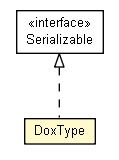
This is doxdb-core/apidocs/net/trajano/doxdb/schema/DoxType.png from trajano/doxdb, a Graphviz export, as it was before one commit. Its source is kept beside it as doxdb-core/apidocs/net/trajano/doxdb/schema/DoxType.dot.
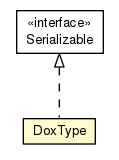
The same diagram one commit later.

The edit, as a diff of the source:
```diff
@@ -1,19 +1,19 @@
 
 digraph G {
-	edge [fontname="arial",fontsize=10,labelfontname="arial",labelfontsize=10];
-	node [fontname="arial",fontsize=10,shape=plaintext];
+	edge [fontname="Helvetica",fontsize=10,labelfontname="Helvetica",labelfontsize=10];
+	node [fontname="Helvetica",fontsize=10,shape=plaintext];
 	nodesep=0.25;
 	ranksep=0.5;
-	c362 [label=<<table title="net.trajano.doxdb.schema.DoxType" border="0" cellborder="1" cellspacing="0" cellpadding="2" port="p" bgcolor="lemonChiffon" href="./DoxType.html">
+	c361 [label=<<table title="net.trajano.doxdb.schema.DoxType" border="0" cellborder="1" cellspacing="0" cellpadding="2" port="p" bgcolor="lemonChiffon" href="./DoxType.html">
 		<tr><td><table border="0" cellspacing="0" cellpadding="1">
 <tr><td align="center" balign="center"> DoxType </td></tr>
 		</table></td></tr>
-		</table>>, URL="./DoxType.html", fontname="arial", fontcolor="black", fontsize=10.0];
-	c364:p -> c362:p [dir=back,arrowtail=empty,style=dashed];
+		</table>>, URL="./DoxType.html", fontname="Helvetica", fontcolor="black", fontsize=10.0];
+	c364:p -> c361:p [dir=back,arrowtail=empty,style=dashed];
 	c364 [label=<<table title="java.io.Serializable" border="0" cellborder="1" cellspacing="0" cellpadding="2" port="p" href="http://java.sun.com/j2se/1.4.2/docs/api/java/io/Serializable.html">
 		<tr><td><table border="0" cellspacing="0" cellpadding="1">
 <tr><td align="center" balign="center"> &#171;interface&#187; </td></tr>
 <tr><td align="center" balign="center"> Serializable </td></tr>
 		</table></td></tr>
-		</table>>, URL="http://java.sun.com/j2se/1.4.2/docs/api/java/io/Serializable.html", fontname="arial", fontcolor="black", fontsize=10.0];
+		</table>>, URL="http://java.sun.com/j2se/1.4.2/docs/api/java/io/Serializable.html", fontname="Helvetica", fontcolor="black", fontsize=10.0];
 }
```
